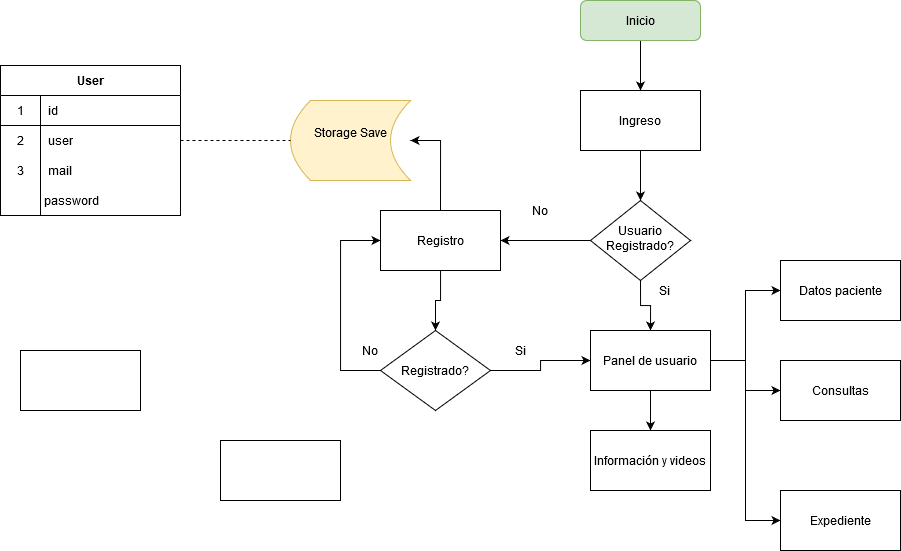
Earlier version of the draw.io export docs/Untitled Diagram.png (CesarMdz/mp-ecommerce-php). Source tidied: cells renumbered, new cells last; positions are measured from the earlier drawing's top-left corner, leaving out a move shared by most shapes.
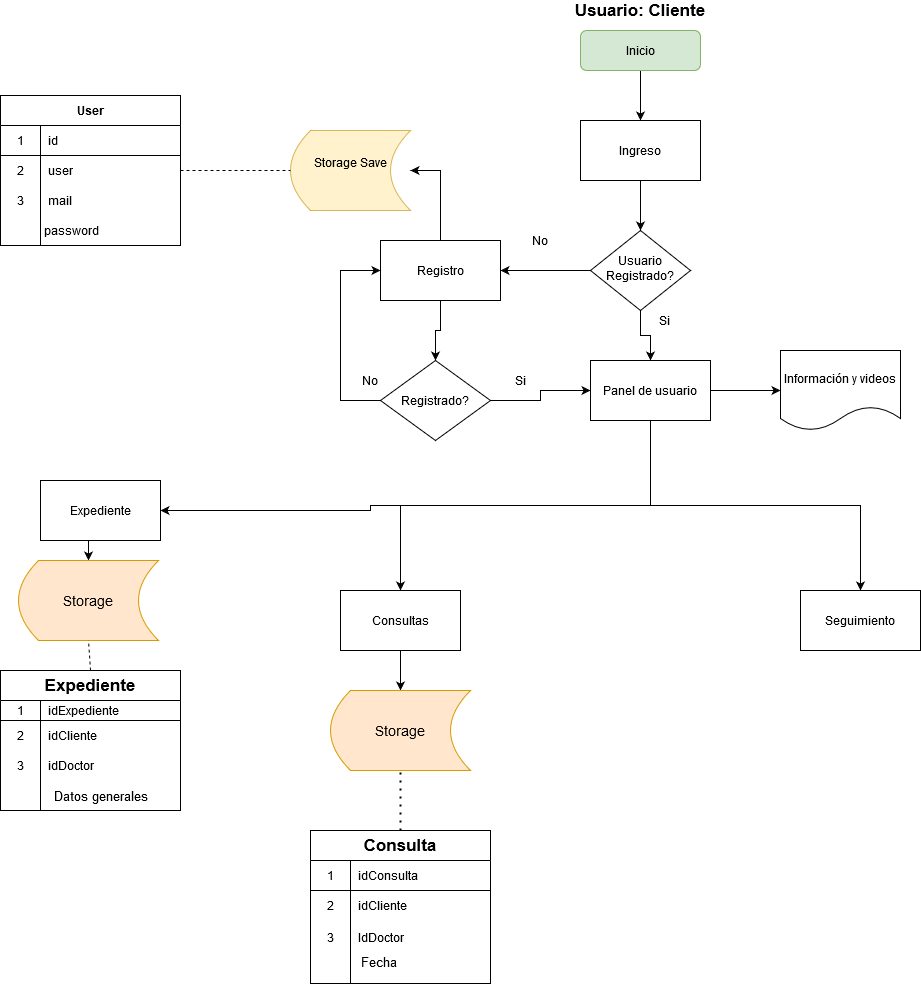
Above is the later version.

The edit, as a diff of the source:
```diff
@@ -55,18 +55,23 @@
     <mxCell id="17" value="&lt;div&gt;Storage Save&lt;/div&gt;&lt;div&gt;&lt;br&gt;&lt;/div&gt;" style="shape=dataStorage;whiteSpace=wrap;html=1;fixedSize=1;fillColor=#fff2cc;strokeColor=#d6b656;" parent="1" vertex="1">
       <mxGeometry x="290" y="100" width="120" height="80" as="geometry" />
     </mxCell>
-    <mxCell id="18" style="edgeStyle=orthogonalEdgeStyle;rounded=0;jettySize=auto;html=1;exitX=1;exitY=0.5;exitDx=0;exitDy=0;entryX=0;entryY=0.5;entryDx=0;entryDy=0;" parent="1" edge="1" source="22" target="38">
-      <mxGeometry relative="1" as="geometry" />
-    </mxCell>
+    <mxCell id="21" style="edgeStyle=orthogonalEdgeStyle;rounded=0;jettySize=auto;html=1;exitX=0.5;exitY=1;exitDx=0;exitDy=0;" parent="1" edge="1" source="22" target="42">
+      <mxGeometry relative="1" as="geometry">
+        <Array as="points">
+          <mxPoint x="650" y="475" />
+          <mxPoint x="370" y="475" />
+        </Array>
+      </mxGeometry>
+    </mxCell>
+    <mxCell id="20" style="edgeStyle=orthogonalEdgeStyle;rounded=0;jettySize=auto;html=1;exitX=0.5;exitY=1;exitDx=0;exitDy=0;entryX=0.5;entryY=0;entryDx=0;entryDy=0;" parent="1" edge="1" source="22" target="37">
+      <mxGeometry relative="1" as="geometry" />
+    </mxCell>
-    <mxCell id="19" style="edgeStyle=orthogonalEdgeStyle;rounded=0;jettySize=auto;html=1;exitX=0.5;exitY=1;exitDx=0;exitDy=0;entryX=0.5;entryY=0;entryDx=0;entryDy=0;" parent="1" edge="1" source="22" target="41">
+    <mxCell id="19" style="edgeStyle=orthogonalEdgeStyle;rounded=0;jettySize=auto;html=1;entryX=0;entryY=0.5;entryDx=0;entryDy=0;" parent="1" edge="1" source="22" target="41">
       <mxGeometry relative="1" as="geometry" />
     </mxCell>
-    <mxCell id="20" style="edgeStyle=orthogonalEdgeStyle;rounded=0;jettySize=auto;html=1;exitX=1;exitY=0.5;exitDx=0;exitDy=0;entryX=0;entryY=0.5;entryDx=0;entryDy=0;" parent="1" edge="1" source="22" target="37">
-      <mxGeometry relative="1" as="geometry" />
-    </mxCell>
-    <mxCell id="21" style="edgeStyle=orthogonalEdgeStyle;rounded=0;jettySize=auto;html=1;exitX=1;exitY=0.5;exitDx=0;exitDy=0;entryX=0;entryY=0.5;entryDx=0;entryDy=0;" parent="1" edge="1" source="22" target="42">
-      <mxGeometry relative="1" as="geometry" />
-    </mxCell>
+    <mxCell id="43" style="edgeStyle=orthogonalEdgeStyle;rounded=0;jettySize=auto;html=1;exitX=0.5;exitY=1;exitDx=0;exitDy=0;entryX=0.5;entryY=0;entryDx=0;entryDy=0;fontSize=17;" parent="1" edge="1" source="22" target="73">
+      <mxGeometry relative="1" as="geometry" />
+    </mxCell>
     <mxCell id="22" value="Panel de usuario" style="rounded=0;whiteSpace=wrap;html=1;" parent="1" vertex="1">
       <mxGeometry x="590" y="330" width="120" height="60" as="geometry" />
     </mxCell>
@@ -112,23 +117,104 @@
     <mxCell id="36" value="password" style="text;html=1;align=center;verticalAlign=middle;" parent="1" vertex="1">
       <mxGeometry x="36" y="190" width="70" height="20" as="geometry" />
     </mxCell>
+    <mxCell id="44" style="edgeStyle=orthogonalEdgeStyle;rounded=0;jettySize=auto;html=1;exitX=0.5;exitY=1;exitDx=0;exitDy=0;entryX=0.5;entryY=0;entryDx=0;entryDy=0;fontSize=17;" parent="1" edge="1" source="37" target="49">
+      <mxGeometry relative="1" as="geometry" />
+    </mxCell>
     <mxCell id="37" value="Consultas" style="rounded=0;whiteSpace=wrap;html=1;" parent="1" vertex="1">
-      <mxGeometry x="780" y="360" width="120" height="60" as="geometry" />
+      <mxGeometry x="340" y="560" width="120" height="60" as="geometry" />
     </mxCell>
-    <mxCell id="38" value="Datos paciente" style="rounded=0;whiteSpace=wrap;html=1;" parent="1" vertex="1">
-      <mxGeometry x="780" y="260" width="120" height="60" as="geometry" />
-    </mxCell>
-    <mxCell id="39" style="rounded=0;whiteSpace=wrap;html=1;" parent="1" vertex="1">
-      <mxGeometry x="20" y="350" width="120" height="60" as="geometry" />
-    </mxCell>
-    <mxCell id="40" style="rounded=0;whiteSpace=wrap;html=1;" parent="1" vertex="1">
-      <mxGeometry x="220" y="440" width="120" height="60" as="geometry" />
-    </mxCell>
+    <mxCell id="45" style="edgeStyle=orthogonalEdgeStyle;rounded=0;jettySize=auto;html=1;exitX=0.5;exitY=1;exitDx=0;exitDy=0;entryX=0.5;entryY=0;entryDx=0;entryDy=0;fontSize=17;" parent="1" edge="1" source="42" target="47">
+      <mxGeometry relative="1" as="geometry" />
+    </mxCell>
+    <mxCell id="42" value="Expediente" style="rounded=0;whiteSpace=wrap;html=1;" parent="1" vertex="1">
+      <mxGeometry x="40" y="450" width="120" height="60" as="geometry" />
+    </mxCell>
-    <mxCell id="41" value="Información y videos" style="rounded=0;whiteSpace=wrap;html=1;" parent="1" vertex="1">
-      <mxGeometry x="590" y="430" width="120" height="60" as="geometry" />
+    <mxCell id="41" value="Información y videos" style="shape=document;whiteSpace=wrap;html=1;boundedLbl=1;" parent="1" vertex="1">
+      <mxGeometry x="780" y="320" width="120" height="80" as="geometry" />
     </mxCell>
-    <mxCell id="42" value="Expediente" style="rounded=0;whiteSpace=wrap;html=1;" parent="1" vertex="1">
-      <mxGeometry x="780" y="490" width="120" height="60" as="geometry" />
-    </mxCell>
+    <mxCell id="46" value="Usuario: Cliente" style="text;html=1;strokeColor=none;fillColor=none;align=center;verticalAlign=middle;whiteSpace=wrap;rounded=0;fontStyle=1;fontSize=17;" parent="1" vertex="1">
+      <mxGeometry x="550" y="-30" width="180" height="20" as="geometry" />
+    </mxCell>
+    <mxCell id="47" value="&lt;font style=&quot;font-size: 14px&quot;&gt;Storage&lt;/font&gt;" style="shape=dataStorage;whiteSpace=wrap;html=1;fixedSize=1;fontSize=17;fillColor=#ffe6cc;strokeColor=#d79b00;" parent="1" vertex="1">
+      <mxGeometry x="18" y="530" width="140" height="80" as="geometry" />
+    </mxCell>
+    <mxCell id="48" style="endArrow=none;dashed=1;html=1;fontSize=17;entryX=0.5;entryY=1;entryDx=0;entryDy=0;exitX=0.5;exitY=0;exitDx=0;exitDy=0;" parent="1" edge="1" source="53" target="47">
+      <mxGeometry relative="1" as="geometry" />
+    </mxCell>
+    <mxCell id="49" value="&lt;font style=&quot;font-size: 14px&quot;&gt;Storage&lt;/font&gt;" style="shape=dataStorage;whiteSpace=wrap;html=1;fixedSize=1;fontSize=17;fillColor=#ffe6cc;strokeColor=#d79b00;" parent="1" vertex="1">
+      <mxGeometry x="330" y="660" width="140" height="80" as="geometry" />
+    </mxCell>
+    <mxCell id="50" style="endArrow=none;dashed=1;html=1;dashPattern=1 3;strokeWidth=2;fontSize=17;entryX=0.5;entryY=1;entryDx=0;entryDy=0;exitX=0.5;exitY=0;exitDx=0;exitDy=0;" parent="1" edge="1" source="63" target="49">
+      <mxGeometry relative="1" as="geometry" />
+    </mxCell>
+    <mxCell id="51" value="&lt;font style=&quot;font-size: 13px&quot;&gt;Datos generales&lt;/font&gt;" style="text;html=1;align=center;verticalAlign=middle;fontSize=17;" parent="1" vertex="1">
+      <mxGeometry x="45" y="750" width="110" height="30" as="geometry" />
+    </mxCell>
+    <mxCell id="52" value="&lt;font style=&quot;font-size: 13px&quot;&gt;Fecha&lt;/font&gt;" style="text;html=1;align=center;verticalAlign=middle;fontSize=17;" parent="1" vertex="1">
+      <mxGeometry x="353" y="916" width="50" height="30" as="geometry" />
+    </mxCell>
+    <mxCell id="53" value="Expediente" style="shape=table;html=1;whiteSpace=wrap;startSize=30;rowLines=0;fontStyle=1;align=center;fontSize=17;" parent="1" vertex="1">
+      <mxGeometry y="640" width="180" height="140" as="geometry" />
+    </mxCell>
+    <mxCell id="54" style="shape=partialRectangle;html=1;whiteSpace=wrap;fillColor=none;top=0;left=0;bottom=1;right=0;" parent="53" vertex="1">
+      <mxGeometry y="30" width="180" height="20" as="geometry" />
+    </mxCell>
+    <mxCell id="55" value="1" style="shape=partialRectangle;html=1;whiteSpace=wrap;fillColor=none;top=0;left=0;bottom=0;right=0;overflow=hidden;" parent="54" vertex="1">
+      <mxGeometry width="40" height="20" as="geometry" />
+    </mxCell>
+    <mxCell id="56" value="idExpediente" style="shape=partialRectangle;html=1;whiteSpace=wrap;fillColor=none;top=0;left=0;bottom=0;right=0;align=left;spacingLeft=6;overflow=hidden;" parent="54" vertex="1">
+      <mxGeometry x="40" width="140" height="20" as="geometry" />
+    </mxCell>
+    <mxCell id="57" style="shape=partialRectangle;html=1;whiteSpace=wrap;fillColor=none;top=0;left=0;bottom=0;right=0;" parent="53" vertex="1">
+      <mxGeometry y="50" width="180" height="30" as="geometry" />
+    </mxCell>
+    <mxCell id="58" value="2" style="shape=partialRectangle;html=1;whiteSpace=wrap;fillColor=none;top=0;left=0;bottom=0;right=0;overflow=hidden;" parent="57" vertex="1">
+      <mxGeometry width="40" height="30" as="geometry" />
+    </mxCell>
+    <mxCell id="59" value="idCliente" style="shape=partialRectangle;html=1;whiteSpace=wrap;fillColor=none;top=0;left=0;bottom=0;right=0;align=left;spacingLeft=6;overflow=hidden;" parent="57" vertex="1">
+      <mxGeometry x="40" width="140" height="30" as="geometry" />
+    </mxCell>
+    <mxCell id="60" style="shape=partialRectangle;html=1;whiteSpace=wrap;fillColor=none;top=0;left=0;bottom=0;right=0;" parent="53" vertex="1">
+      <mxGeometry y="80" width="180" height="30" as="geometry" />
+    </mxCell>
+    <mxCell id="61" value="3" style="shape=partialRectangle;html=1;whiteSpace=wrap;fillColor=none;top=0;left=0;bottom=0;right=0;overflow=hidden;" parent="60" vertex="1">
+      <mxGeometry width="40" height="30" as="geometry" />
+    </mxCell>
+    <mxCell id="62" value="idDoctor" style="shape=partialRectangle;html=1;whiteSpace=wrap;fillColor=none;top=0;left=0;bottom=0;right=0;align=left;spacingLeft=6;overflow=hidden;" parent="60" vertex="1">
+      <mxGeometry x="40" width="140" height="30" as="geometry" />
+    </mxCell>
+    <mxCell id="63" value="Consulta" style="shape=table;html=1;whiteSpace=wrap;startSize=30;rowLines=0;fontStyle=1;align=center;fontSize=17;" parent="1" vertex="1">
+      <mxGeometry x="310" y="800" width="180" height="153" as="geometry" />
+    </mxCell>
+    <mxCell id="64" style="shape=partialRectangle;html=1;whiteSpace=wrap;fillColor=none;top=0;left=0;bottom=1;right=0;" parent="63" vertex="1">
+      <mxGeometry y="30" width="180" height="30" as="geometry" />
+    </mxCell>
+    <mxCell id="65" value="1" style="shape=partialRectangle;html=1;whiteSpace=wrap;fillColor=none;top=0;left=0;bottom=0;right=0;overflow=hidden;" parent="64" vertex="1">
+      <mxGeometry width="40" height="30" as="geometry" />
+    </mxCell>
+    <mxCell id="66" value="idConsulta" style="shape=partialRectangle;html=1;whiteSpace=wrap;fillColor=none;top=0;left=0;bottom=0;right=0;align=left;spacingLeft=6;overflow=hidden;" parent="64" vertex="1">
+      <mxGeometry x="40" width="140" height="30" as="geometry" />
+    </mxCell>
+    <mxCell id="67" style="shape=partialRectangle;html=1;whiteSpace=wrap;fillColor=none;top=0;left=0;bottom=0;right=0;" parent="63" vertex="1">
+      <mxGeometry y="60" width="180" height="30" as="geometry" />
+    </mxCell>
+    <mxCell id="68" value="2" style="shape=partialRectangle;html=1;whiteSpace=wrap;fillColor=none;top=0;left=0;bottom=0;right=0;overflow=hidden;" parent="67" vertex="1">
+      <mxGeometry width="40" height="30" as="geometry" />
+    </mxCell>
+    <mxCell id="69" value="idCliente" style="shape=partialRectangle;html=1;whiteSpace=wrap;fillColor=none;top=0;left=0;bottom=0;right=0;align=left;spacingLeft=6;overflow=hidden;" parent="67" vertex="1">
+      <mxGeometry x="40" width="140" height="30" as="geometry" />
+    </mxCell>
+    <mxCell id="70" style="shape=partialRectangle;html=1;whiteSpace=wrap;fillColor=none;top=0;left=0;bottom=0;right=0;" parent="63" vertex="1">
+      <mxGeometry y="90" width="180" height="33" as="geometry" />
+    </mxCell>
+    <mxCell id="71" value="3" style="shape=partialRectangle;html=1;whiteSpace=wrap;fillColor=none;top=0;left=0;bottom=0;right=0;overflow=hidden;" parent="70" vertex="1">
+      <mxGeometry width="40" height="33" as="geometry" />
+    </mxCell>
+    <mxCell id="72" value="IdDoctor" style="shape=partialRectangle;html=1;whiteSpace=wrap;fillColor=none;top=0;left=0;bottom=0;right=0;align=left;spacingLeft=6;overflow=hidden;" parent="70" vertex="1">
+      <mxGeometry x="40" width="140" height="33" as="geometry" />
+    </mxCell>
+    <mxCell id="73" value="Seguimiento" style="rounded=0;whiteSpace=wrap;html=1;fontSize=12;" parent="1" vertex="1">
+      <mxGeometry x="800" y="560" width="120" height="60" as="geometry" />
+    </mxCell>
   </root>
 </mxGraphModel>
```
